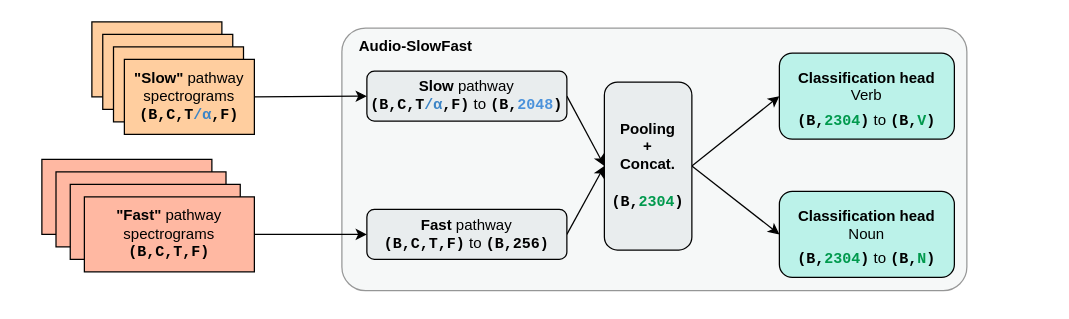
Before: page "asf" (2 of 8) of res/asf-gru.drawio in ClementSicard/auditory-slow-fast, a draw.io diagram. Source tidied: cells renumbered, new cells numbered last; positions are measured from the earlier drawing's top-left corner, leaving out a move shared by most shapes. Both pictures are drawn from the tidied source at 125%, with x=0, y=0 at pixel (41, 21).
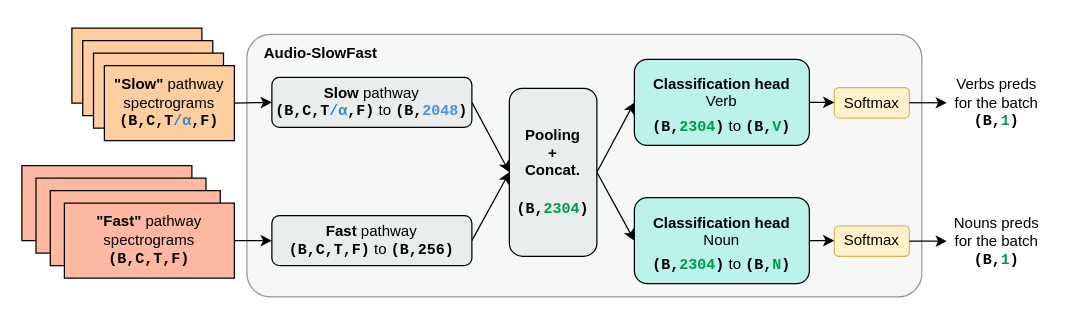
The same page after the edit.

The change refers to these unchanged cells:
```xml
<mxCell id="14" value="&lt;font style=&quot;font-size: 12px;&quot;&gt;&lt;b&gt;Classification head&lt;/b&gt;&lt;br&gt;Verb&lt;br&gt;&lt;br&gt;&lt;/font&gt;" style="rounded=1;whiteSpace=wrap;html=1;strokeColor=#000000;fontFamily=CMU Serif;fontSize=12;fillColor=#BBF2E9;fontColor=#000000;" parent="13" vertex="1">
  <mxGeometry width="140" height="68.8" as="geometry" />
</mxCell>
<mxCell id="17" value="&lt;font style=&quot;font-size: 12px;&quot;&gt;&lt;b&gt;Classification head&lt;/b&gt;&lt;br&gt;Noun&lt;br&gt;&lt;br&gt;&lt;/font&gt;" style="rounded=1;whiteSpace=wrap;html=1;strokeColor=#000000;fontFamily=CMU Serif;fontSize=12;fillColor=#BBF2E9;fontColor=#000000;" parent="16" vertex="1">
  <mxGeometry width="140" height="68.8" as="geometry" />
</mxCell>
```

The edit, as a diff of the source:
```diff
@@
     <mxCell id="2" value="Audio-SlowFast" style="rounded=1;whiteSpace=wrap;html=1;strokeColor=#000000;fontFamily=CMU Serif;fontSize=12;fontColor=#000000;fillColor=#E9EDEE;arcSize=9;opacity=40;fontStyle=1;verticalAlign=top;align=left;spacing=3;spacingLeft=11;" parent="1" vertex="1">
-      <mxGeometry x="240" y="5" width="500" height="210" as="geometry" />
+      <mxGeometry x="164" y="10" width="540" height="210" as="geometry" />
     </mxCell>
     <mxCell id="3" style="group;fillColor=none;" parent="1" vertex="1">
-      <mxGeometry x="40" width="130" height="90" as="geometry" />
+      <mxGeometry x="24" y="5" width="130" height="90" as="geometry" />
     </mxCell>
@@
     <mxCell id="8" style="group;" parent="1" vertex="1">
-      <mxGeometry y="110" width="170" height="90" as="geometry" />
+      <mxGeometry x="-16" y="115" width="170" height="90" as="geometry" />
     </mxCell>
@@
     <mxCell id="13" style="group;" parent="1" vertex="1">
-      <mxGeometry x="590" y="25" width="140" height="68.8" as="geometry" />
+      <mxGeometry x="474" y="30" width="140" height="68.8" as="geometry" />
     </mxCell>
@@
     <mxCell id="16" style="group;" parent="1" vertex="1">
-      <mxGeometry x="590" y="135.6" width="140" height="68.8" as="geometry" />
+      <mxGeometry x="474" y="140.6" width="140" height="68.8" as="geometry" />
     </mxCell>
@@
     <mxCell id="20" value="&lt;b&gt;Slow&lt;/b&gt; pathway&lt;br&gt;&lt;font style=&quot;font-weight: bold;&quot; face=&quot;Courier New&quot;&gt;(B,C,T&lt;/font&gt;&lt;span style=&quot;font-weight: bold; font-family: &amp;quot;Courier New&amp;quot;; border-color: var(--border-color); font-size: 9pt; font-variant-numeric: normal; font-variant-east-asian: normal; background-color: transparent; color: rgb(61, 133, 198); vertical-align: baseline;&quot;&gt;/α&lt;/span&gt;&lt;span style=&quot;border-color: var(--border-color); font-size: 9pt; font-variant-numeric: normal; font-variant-east-asian: normal; background-color: transparent; vertical-align: baseline;&quot;&gt;&lt;font style=&quot;font-weight: bold;&quot; face=&quot;Courier New&quot;&gt;,F)&lt;/font&gt;&amp;nbsp;to&amp;nbsp;&lt;/span&gt;&lt;b style=&quot;border-color: var(--border-color); font-family: &amp;quot;Courier New&amp;quot;;&quot;&gt;(B,&lt;font color=&quot;#4b92db&quot;&gt;2048&lt;/font&gt;&lt;span style=&quot;border-color: var(--border-color); font-size: 9pt; font-variant-numeric: normal; font-variant-east-asian: normal; background-color: transparent; vertical-align: baseline;&quot;&gt;)&lt;/span&gt;&lt;/b&gt;" style="rounded=1;whiteSpace=wrap;html=1;strokeColor=#000000;fontFamily=CMU Serif;fontSize=12;fontColor=#000000;fillColor=#E9EDEE;" parent="1" vertex="1">
-      <mxGeometry x="260" y="39.4" width="160" height="40" as="geometry" />
+      <mxGeometry x="184" y="44.4" width="160" height="40" as="geometry" />
     </mxCell>
@@
     <mxCell id="22" value="&lt;b&gt;Fast&lt;/b&gt; pathway&lt;br&gt;&lt;font style=&quot;font-weight: bold;&quot; face=&quot;Courier New&quot;&gt;(B,C,T&lt;/font&gt;&lt;span style=&quot;border-color: var(--border-color); font-size: 9pt; font-variant-numeric: normal; font-variant-east-asian: normal; background-color: transparent; vertical-align: baseline;&quot;&gt;&lt;font style=&quot;font-weight: bold;&quot; face=&quot;Courier New&quot;&gt;,F)&lt;/font&gt;&amp;nbsp;to&amp;nbsp;&lt;/span&gt;&lt;b style=&quot;border-color: var(--border-color); font-family: &amp;quot;Courier New&amp;quot;;&quot;&gt;(B,256&lt;span style=&quot;border-color: var(--border-color); font-size: 9pt; font-variant-numeric: normal; font-variant-east-asian: normal; background-color: transparent; vertical-align: baseline;&quot;&gt;)&lt;/span&gt;&lt;/b&gt;" style="rounded=1;whiteSpace=wrap;html=1;strokeColor=#000000;fontFamily=CMU Serif;fontSize=12;fontColor=#000000;fillColor=#E9EDEE;" parent="1" vertex="1">
-      <mxGeometry x="260" y="150" width="160" height="40" as="geometry" />
+      <mxGeometry x="184" y="155" width="160" height="40" as="geometry" />
     </mxCell>
@@
     <mxCell id="27" value="&lt;font color=&quot;#000000&quot;&gt;&lt;b&gt;Pooling&lt;br&gt;+&lt;br&gt;Concat.&lt;br&gt;&lt;/b&gt;&lt;/font&gt;&lt;b style=&quot;border-color: var(--border-color); font-family: &amp;quot;Courier New&amp;quot;;&quot;&gt;&lt;br&gt;&lt;font color=&quot;#000000&quot;&gt;(B,&lt;/font&gt;&lt;font style=&quot;border-color: var(--border-color);&quot;&gt;2304&lt;/font&gt;&lt;font color=&quot;#000000&quot;&gt;)&lt;/font&gt;&lt;/b&gt;&lt;font color=&quot;#000000&quot;&gt;&lt;b&gt;&lt;br&gt;&lt;/b&gt;&lt;/font&gt;" style="rounded=1;whiteSpace=wrap;html=1;strokeColor=#000000;fontFamily=CMU Serif;fontSize=12;fontColor=#00994D;fillColor=#E9EDEE;" parent="1" vertex="1">
-      <mxGeometry x="450" y="48.1" width="70" height="134.4" as="geometry" />
+      <mxGeometry x="374" y="53.1" width="70" height="134.4" as="geometry" />
     </mxCell>
+    <mxCell id="28" style="group;" parent="1" vertex="1">
+      <mxGeometry x="634" y="50.2" width="170" height="140.3" as="geometry" />
+    </mxCell>
+    <mxCell id="29" value="&lt;font face=&quot;CMU Serif&quot;&gt;Softmax&lt;/font&gt;" style="rounded=1;whiteSpace=wrap;html=1;fillColor=#fff2cc;strokeColor=#d6b656;" parent="28" vertex="1">
+      <mxGeometry y="2.3" width="60" height="24.4" as="geometry" />
+    </mxCell>
+    <mxCell id="30" value="&lt;font face=&quot;CMU Serif&quot;&gt;Softmax&lt;/font&gt;" style="rounded=1;whiteSpace=wrap;html=1;fillColor=#fff2cc;strokeColor=#d6b656;" parent="28" vertex="1">
+      <mxGeometry y="113" width="60" height="24.4" as="geometry" />
+    </mxCell>
+    <mxCell id="31" value="Verbs preds for the batch&lt;br&gt;&lt;font style=&quot;border-color: var(--border-color); font-family: &amp;quot;Courier New&amp;quot;, monospace; font-weight: 700;&quot; color=&quot;#000000&quot;&gt;(B,&lt;/font&gt;&lt;font color=&quot;#00994d&quot; style=&quot;border-color: var(--border-color); font-family: &amp;quot;Courier New&amp;quot;, monospace; font-weight: 700;&quot;&gt;1&lt;/font&gt;&lt;font style=&quot;border-color: var(--border-color); font-family: &amp;quot;Courier New&amp;quot;, monospace; font-weight: 700;&quot; color=&quot;#000000&quot;&gt;)&lt;/font&gt;" style="text;html=1;strokeColor=none;fillColor=none;align=center;verticalAlign=middle;whiteSpace=wrap;rounded=0;fontFamily=CMU Serif;" parent="28" vertex="1">
+      <mxGeometry x="90" width="80" height="30" as="geometry" />
+    </mxCell>
+    <mxCell id="32" style="edgeStyle=orthogonalEdgeStyle;rounded=0;jettySize=auto;html=1;exitX=1;exitY=0.5;exitDx=0;exitDy=0;fontFamily=CMU Serif;entryX=0;entryY=0.5;entryDx=0;entryDy=0;" parent="28" edge="1" source="29" target="31">
+      <mxGeometry relative="1" as="geometry" />
+    </mxCell>
+    <mxCell id="33" value="Nouns preds for the batch&lt;br&gt;&lt;font style=&quot;border-color: var(--border-color); font-family: &amp;quot;Courier New&amp;quot;, monospace; font-weight: 700;&quot; color=&quot;#000000&quot;&gt;(B,&lt;/font&gt;&lt;font color=&quot;#00994d&quot; style=&quot;border-color: var(--border-color); font-family: &amp;quot;Courier New&amp;quot;, monospace; font-weight: 700;&quot;&gt;1&lt;/font&gt;&lt;font style=&quot;border-color: var(--border-color); font-family: &amp;quot;Courier New&amp;quot;, monospace; font-weight: 700;&quot; color=&quot;#000000&quot;&gt;)&lt;/font&gt;" style="text;html=1;strokeColor=none;fillColor=none;align=center;verticalAlign=middle;whiteSpace=wrap;rounded=0;fontFamily=CMU Serif;" parent="28" vertex="1">
+      <mxGeometry x="90" y="110.3" width="80" height="30" as="geometry" />
+    </mxCell>
+    <mxCell id="34" style="edgeStyle=orthogonalEdgeStyle;rounded=0;jettySize=auto;html=1;exitX=1;exitY=0.5;exitDx=0;exitDy=0;fontFamily=CMU Serif;entryX=0;entryY=0.5;entryDx=0;entryDy=0;" parent="28" edge="1" source="30" target="33">
+      <mxGeometry relative="1" as="geometry" />
+    </mxCell>
+    <mxCell id="35" style="edgeStyle=orthogonalEdgeStyle;rounded=0;jettySize=auto;html=1;exitX=1;exitY=0.5;exitDx=0;exitDy=0;entryX=0;entryY=0.5;entryDx=0;entryDy=0;" parent="1" edge="1" source="14" target="29">
+      <mxGeometry relative="1" as="geometry" />
+    </mxCell>
+    <mxCell id="36" style="edgeStyle=orthogonalEdgeStyle;rounded=0;jettySize=auto;html=1;exitX=1;exitY=0.5;exitDx=0;exitDy=0;entryX=0;entryY=0.5;entryDx=0;entryDy=0;" parent="1" edge="1" source="17" target="30">
+      <mxGeometry relative="1" as="geometry" />
+    </mxCell>
```
